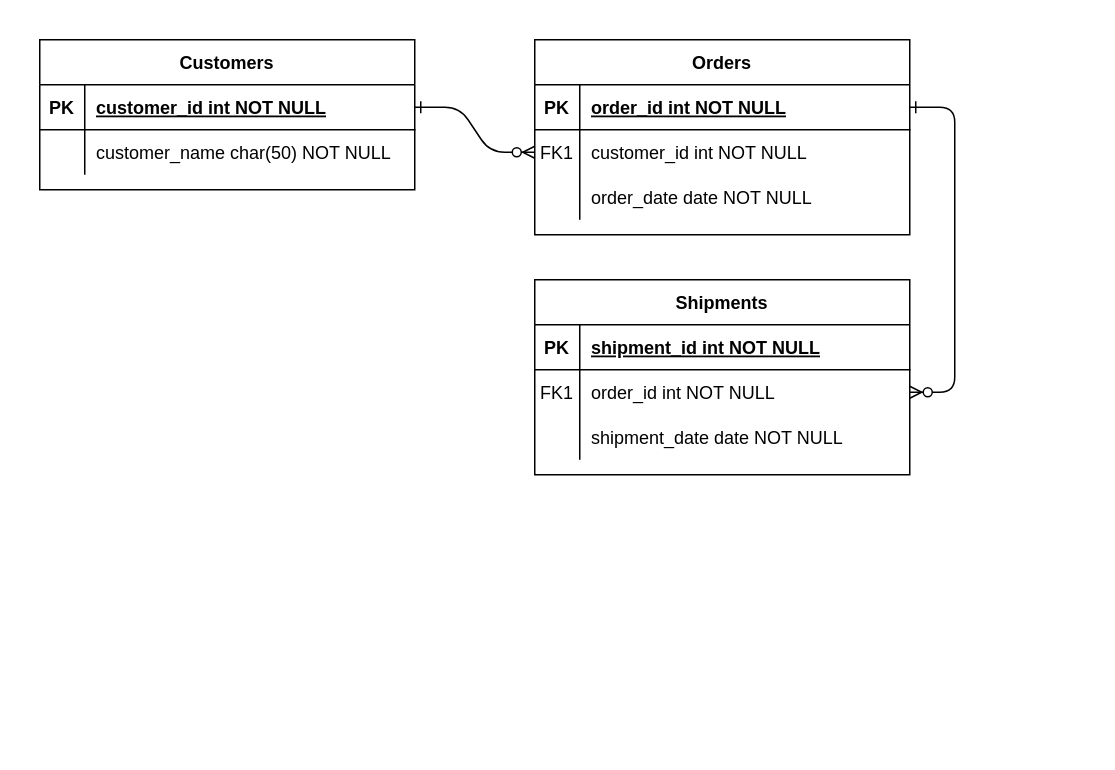
Before: midterm_erd.drawio in jkadman/SQL_diagrams, a draw.io diagram. Source tidied: cells renumbered, new cells numbered last; positions are measured from the earlier drawing's top-left corner, leaving out a move shared by most shapes. Both pictures are drawn from the tidied source at 150%, with x=0, y=0 at pixel (39, 39).
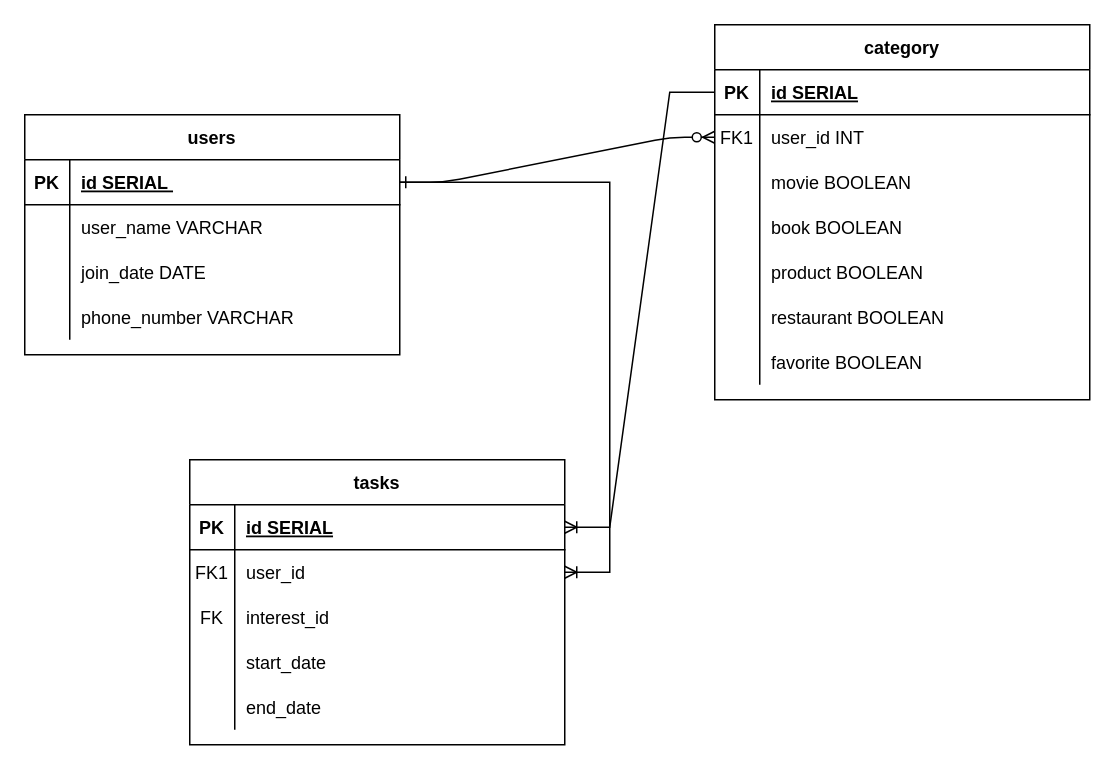
After the change.

Unchanged cells that the change refers to:
```xml
<mxCell id="5" style="shape=partialRectangle;fillColor=none;points=[[0,0.5],[1,0.5]];portConstraint=eastwest;top=0;left=0;right=0;bottom=1;" parent="4" vertex="1">
  <mxGeometry y="30" width="250" height="30" as="geometry" />
</mxCell>
<mxCell id="8" style="shape=partialRectangle;fillColor=none;points=[[0,0.5],[1,0.5]];portConstraint=eastwest;top=0;left=0;right=0;bottom=0;" parent="4" vertex="1">
  <mxGeometry y="60" width="250" height="30" as="geometry" />
</mxCell>
<mxCell id="11" style="shape=partialRectangle;fillColor=none;top=0;left=0;right=0;bottom=0;" parent="4" vertex="1">
  <mxGeometry y="90" width="250" height="30" as="geometry" />
</mxCell>
<mxCell id="15" style="shape=partialRectangle;fillColor=none;points=[[0,0.5],[1,0.5]];portConstraint=eastwest;top=0;left=0;right=0;bottom=1;" parent="14" vertex="1">
  <mxGeometry y="30" width="250" height="30" as="geometry" />
</mxCell>
<mxCell id="18" style="shape=partialRectangle;fillColor=none;points=[[0,0.5],[1,0.5]];portConstraint=eastwest;top=0;left=0;right=0;bottom=0;" parent="14" vertex="1">
  <mxGeometry y="60" width="250" height="30" as="geometry" />
</mxCell>
<mxCell id="25" style="shape=partialRectangle;fillColor=none;points=[[0,0.5],[1,0.5]];portConstraint=eastwest;top=0;left=0;right=0;bottom=1;" parent="24" vertex="1">
  <mxGeometry y="30" width="250" height="30" as="geometry" />
</mxCell>
<mxCell id="28" style="shape=partialRectangle;fillColor=none;top=0;left=0;right=0;bottom=0;" parent="24" vertex="1">
  <mxGeometry y="60" width="250" height="30" as="geometry" />
</mxCell>
```

Change to the diagram source:
```diff
@@
-    <mxCell id="3" style="edgeStyle=entityRelationEdgeStyle;endArrow=ERzeroToMany;startArrow=ERone;endFill=1;startFill=0;" parent="1" edge="1" source="5" target="18">
-      <mxGeometry relative="1" as="geometry" />
-    </mxCell>
-    <mxCell id="4" value="Orders" style="shape=table;startSize=30;childLayout=tableLayout;rowLines=0;fontStyle=1;align=center;" parent="1" vertex="1">
-      <mxGeometry x="330" width="250" height="130" as="geometry" />
+    <mxCell id="4" value="category" style="shape=table;startSize=30;childLayout=tableLayout;rowLines=0;fontStyle=1;align=center;" parent="1" vertex="1">
+      <mxGeometry x="450" y="-10" width="250" height="250" as="geometry" />
     </mxCell>
@@
-    <mxCell id="7" value="order_id int NOT NULL " style="shape=partialRectangle;overflow=hidden;fillColor=none;top=0;left=0;bottom=0;right=0;align=left;spacingLeft=6;fontStyle=5;" parent="5" vertex="1">
+    <mxCell id="7" value="id SERIAL" style="shape=partialRectangle;overflow=hidden;fillColor=none;top=0;left=0;bottom=0;right=0;align=left;spacingLeft=6;fontStyle=5;" parent="5" vertex="1">
       <mxGeometry x="30" width="220" height="30" as="geometry" />
     </mxCell>
@@
-    <mxCell id="10" value="customer_id int NOT NULL" style="shape=partialRectangle;overflow=hidden;fillColor=none;top=0;left=0;bottom=0;right=0;align=left;spacingLeft=6;" parent="8" vertex="1">
+    <mxCell id="10" value="user_id INT" style="shape=partialRectangle;overflow=hidden;fillColor=none;top=0;left=0;bottom=0;right=0;align=left;spacingLeft=6;" parent="8" vertex="1">
       <mxGeometry x="30" width="220" height="30" as="geometry" />
     </mxCell>
@@
-    <mxCell id="13" value="order_date date NOT NULL" style="shape=partialRectangle;overflow=hidden;fillColor=none;top=0;left=0;bottom=0;right=0;align=left;spacingLeft=6;" parent="11" vertex="1">
+    <mxCell id="13" value="movie BOOLEAN" style="shape=partialRectangle;overflow=hidden;fillColor=none;top=0;left=0;bottom=0;right=0;align=left;spacingLeft=6;" parent="11" vertex="1">
       <mxGeometry x="30" width="220" height="30" as="geometry" />
     </mxCell>
+    <mxCell id="31" style="shape=tableRow;horizontal=0;startSize=0;swimlaneHead=0;swimlaneBody=0;fillColor=none;top=0;left=0;right=0;bottom=0;" parent="4" vertex="1">
+      <mxGeometry y="120" width="250" height="30" as="geometry" />
+    </mxCell>
+    <mxCell id="32" style="shape=partialRectangle;fillColor=none;top=0;left=0;bottom=0;right=0;overflow=hidden;" parent="31" vertex="1">
+      <mxGeometry width="30" height="30" as="geometry" />
+    </mxCell>
+    <mxCell id="33" value="book BOOLEAN" style="shape=partialRectangle;fillColor=none;top=0;left=0;bottom=0;right=0;align=left;spacingLeft=6;overflow=hidden;" parent="31" vertex="1">
+      <mxGeometry x="30" width="220" height="30" as="geometry" />
+    </mxCell>
+    <mxCell id="34" style="shape=tableRow;horizontal=0;startSize=0;swimlaneHead=0;swimlaneBody=0;fillColor=none;top=0;left=0;right=0;bottom=0;" parent="4" vertex="1">
+      <mxGeometry y="150" width="250" height="30" as="geometry" />
+    </mxCell>
+    <mxCell id="35" style="shape=partialRectangle;fillColor=none;top=0;left=0;bottom=0;right=0;overflow=hidden;" parent="34" vertex="1">
+      <mxGeometry width="30" height="30" as="geometry" />
+    </mxCell>
+    <mxCell id="36" value="product BOOLEAN" style="shape=partialRectangle;fillColor=none;top=0;left=0;bottom=0;right=0;align=left;spacingLeft=6;overflow=hidden;" parent="34" vertex="1">
+      <mxGeometry x="30" width="220" height="30" as="geometry" />
+    </mxCell>
+    <mxCell id="37" style="shape=tableRow;horizontal=0;startSize=0;swimlaneHead=0;swimlaneBody=0;fillColor=none;top=0;left=0;right=0;bottom=0;" parent="4" vertex="1">
+      <mxGeometry y="180" width="250" height="30" as="geometry" />
+    </mxCell>
+    <mxCell id="38" style="shape=partialRectangle;fillColor=none;top=0;left=0;bottom=0;right=0;overflow=hidden;" parent="37" vertex="1">
+      <mxGeometry width="30" height="30" as="geometry" />
+    </mxCell>
+    <mxCell id="39" value="restaurant BOOLEAN" style="shape=partialRectangle;fillColor=none;top=0;left=0;bottom=0;right=0;align=left;spacingLeft=6;overflow=hidden;" parent="37" vertex="1">
+      <mxGeometry x="30" width="220" height="30" as="geometry" />
+    </mxCell>
+    <mxCell id="40" style="shape=tableRow;horizontal=0;startSize=0;swimlaneHead=0;swimlaneBody=0;fillColor=none;top=0;left=0;right=0;bottom=0;" parent="4" vertex="1">
+      <mxGeometry y="210" width="250" height="30" as="geometry" />
+    </mxCell>
+    <mxCell id="41" style="shape=partialRectangle;fillColor=none;top=0;left=0;bottom=0;right=0;overflow=hidden;" parent="40" vertex="1">
+      <mxGeometry width="30" height="30" as="geometry" />
+    </mxCell>
+    <mxCell id="42" value="favorite BOOLEAN" style="shape=partialRectangle;fillColor=none;top=0;left=0;bottom=0;right=0;align=left;spacingLeft=6;overflow=hidden;" parent="40" vertex="1">
+      <mxGeometry x="30" width="220" height="30" as="geometry" />
+    </mxCell>
-    <mxCell id="14" value="Shipments" style="shape=table;startSize=30;childLayout=tableLayout;rowLines=0;fontStyle=1;align=center;" parent="1" vertex="1">
-      <mxGeometry x="330" y="160" width="250" height="130" as="geometry" />
+    <mxCell id="14" value="tasks" style="shape=table;startSize=30;childLayout=tableLayout;rowLines=0;fontStyle=1;align=center;" parent="1" vertex="1">
+      <mxGeometry x="100" y="280" width="250" height="190" as="geometry" />
     </mxCell>
@@
-    <mxCell id="17" value="shipment_id int NOT NULL " style="shape=partialRectangle;overflow=hidden;fillColor=none;top=0;left=0;bottom=0;right=0;align=left;spacingLeft=6;fontStyle=5;" parent="15" vertex="1">
+    <mxCell id="17" value="id SERIAL" style="shape=partialRectangle;overflow=hidden;fillColor=none;top=0;left=0;bottom=0;right=0;align=left;spacingLeft=6;fontStyle=5;" parent="15" vertex="1">
       <mxGeometry x="30" width="220" height="30" as="geometry" />
     </mxCell>
@@
-    <mxCell id="20" value="order_id int NOT NULL" style="shape=partialRectangle;overflow=hidden;fillColor=none;top=0;left=0;bottom=0;right=0;align=left;spacingLeft=6;" parent="18" vertex="1">
+    <mxCell id="20" value="user_id" style="shape=partialRectangle;overflow=hidden;fillColor=none;top=0;left=0;bottom=0;right=0;align=left;spacingLeft=6;" parent="18" vertex="1">
       <mxGeometry x="30" width="220" height="30" as="geometry" />
     </mxCell>
+    <mxCell id="43" style="shape=tableRow;horizontal=0;startSize=0;swimlaneHead=0;swimlaneBody=0;fillColor=none;top=0;left=0;right=0;bottom=0;" parent="14" vertex="1">
+      <mxGeometry y="90" width="250" height="30" as="geometry" />
+    </mxCell>
+    <mxCell id="44" value="FK" style="shape=partialRectangle;fillColor=none;top=0;left=0;bottom=0;right=0;fontStyle=0;overflow=hidden;" parent="43" vertex="1">
+      <mxGeometry width="30" height="30" as="geometry" />
+    </mxCell>
+    <mxCell id="45" value="interest_id" style="shape=partialRectangle;fillColor=none;top=0;left=0;bottom=0;right=0;align=left;spacingLeft=6;fontStyle=0;overflow=hidden;" parent="43" vertex="1">
+      <mxGeometry x="30" width="220" height="30" as="geometry" />
+    </mxCell>
     <mxCell id="21" style="shape=partialRectangle;fillColor=none;top=0;left=0;right=0;bottom=0;" parent="14" vertex="1">
-      <mxGeometry y="90" width="250" height="30" as="geometry" />
+      <mxGeometry y="120" width="250" height="30" as="geometry" />
     </mxCell>
@@
-    <mxCell id="23" value="shipment_date date NOT NULL" style="shape=partialRectangle;overflow=hidden;fillColor=none;top=0;left=0;bottom=0;right=0;align=left;spacingLeft=6;" parent="21" vertex="1">
+    <mxCell id="23" value="start_date" style="shape=partialRectangle;overflow=hidden;fillColor=none;top=0;left=0;bottom=0;right=0;align=left;spacingLeft=6;" parent="21" vertex="1">
       <mxGeometry x="30" width="220" height="30" as="geometry" />
     </mxCell>
+    <mxCell id="46" style="shape=tableRow;horizontal=0;startSize=0;swimlaneHead=0;swimlaneBody=0;fillColor=none;top=0;left=0;right=0;bottom=0;" parent="14" vertex="1">
+      <mxGeometry y="150" width="250" height="30" as="geometry" />
+    </mxCell>
+    <mxCell id="47" style="shape=partialRectangle;fillColor=none;top=0;left=0;bottom=0;right=0;overflow=hidden;" parent="46" vertex="1">
+      <mxGeometry width="30" height="30" as="geometry" />
+    </mxCell>
+    <mxCell id="48" value="end_date" style="shape=partialRectangle;fillColor=none;top=0;left=0;bottom=0;right=0;align=left;spacingLeft=6;overflow=hidden;" parent="46" vertex="1">
+      <mxGeometry x="30" width="220" height="30" as="geometry" />
+    </mxCell>
-    <mxCell id="24" value="Customers" style="shape=table;startSize=30;childLayout=tableLayout;rowLines=0;fontStyle=1;align=center;" parent="1" vertex="1">
-      <mxGeometry width="250" height="100" as="geometry" />
+    <mxCell id="24" value="users" style="shape=table;startSize=30;childLayout=tableLayout;rowLines=0;fontStyle=1;align=center;" parent="1" vertex="1">
+      <mxGeometry x="-10" y="50" width="250" height="160" as="geometry" />
     </mxCell>
@@
-    <mxCell id="27" value="customer_id int NOT NULL " style="shape=partialRectangle;overflow=hidden;fillColor=none;top=0;left=0;bottom=0;right=0;align=left;spacingLeft=6;fontStyle=5;" parent="25" vertex="1">
+    <mxCell id="27" value="id SERIAL " style="shape=partialRectangle;overflow=hidden;fillColor=none;top=0;left=0;bottom=0;right=0;align=left;spacingLeft=6;fontStyle=5;" parent="25" vertex="1">
       <mxGeometry x="30" width="220" height="30" as="geometry" />
     </mxCell>
@@
-    <mxCell id="30" value="customer_name char(50) NOT NULL" style="shape=partialRectangle;overflow=hidden;fillColor=none;top=0;left=0;bottom=0;right=0;align=left;spacingLeft=6;" parent="28" vertex="1">
+    <mxCell id="30" value="user_name VARCHAR" style="shape=partialRectangle;overflow=hidden;fillColor=none;top=0;left=0;bottom=0;right=0;align=left;spacingLeft=6;" parent="28" vertex="1">
       <mxGeometry x="30" width="220" height="30" as="geometry" />
     </mxCell>
+    <mxCell id="49" style="shape=tableRow;horizontal=0;startSize=0;swimlaneHead=0;swimlaneBody=0;fillColor=none;top=0;left=0;right=0;bottom=0;" parent="24" vertex="1">
+      <mxGeometry y="90" width="250" height="30" as="geometry" />
+    </mxCell>
+    <mxCell id="50" style="shape=partialRectangle;fillColor=none;top=0;left=0;bottom=0;right=0;overflow=hidden;" parent="49" vertex="1">
+      <mxGeometry width="30" height="30" as="geometry" />
+    </mxCell>
+    <mxCell id="51" value="join_date DATE" style="shape=partialRectangle;fillColor=none;top=0;left=0;bottom=0;right=0;align=left;spacingLeft=6;overflow=hidden;" parent="49" vertex="1">
+      <mxGeometry x="30" width="220" height="30" as="geometry" />
+    </mxCell>
+    <mxCell id="52" style="shape=tableRow;horizontal=0;startSize=0;swimlaneHead=0;swimlaneBody=0;fillColor=none;top=0;left=0;right=0;bottom=0;" parent="24" vertex="1">
+      <mxGeometry y="120" width="250" height="30" as="geometry" />
+    </mxCell>
+    <mxCell id="53" style="shape=partialRectangle;fillColor=none;top=0;left=0;bottom=0;right=0;overflow=hidden;" parent="52" vertex="1">
+      <mxGeometry width="30" height="30" as="geometry" />
+    </mxCell>
+    <mxCell id="54" value="phone_number VARCHAR" style="shape=partialRectangle;fillColor=none;top=0;left=0;bottom=0;right=0;align=left;spacingLeft=6;overflow=hidden;" parent="52" vertex="1">
+      <mxGeometry x="30" width="220" height="30" as="geometry" />
+    </mxCell>
+    <mxCell id="55" style="edgeStyle=entityRelationEdgeStyle;fontSize=12;html=1;endArrow=ERoneToMany;rounded=0;" parent="1" edge="1" source="25" target="18">
+      <mxGeometry relative="1" as="geometry" />
+    </mxCell>
+    <mxCell id="56" style="edgeStyle=entityRelationEdgeStyle;fontSize=12;html=1;endArrow=ERoneToMany;rounded=0;entryX=1;entryY=0.5;entryDx=0;entryDy=0;" parent="1" edge="1" source="5" target="15">
+      <mxGeometry relative="1" as="geometry" />
+    </mxCell>
```
